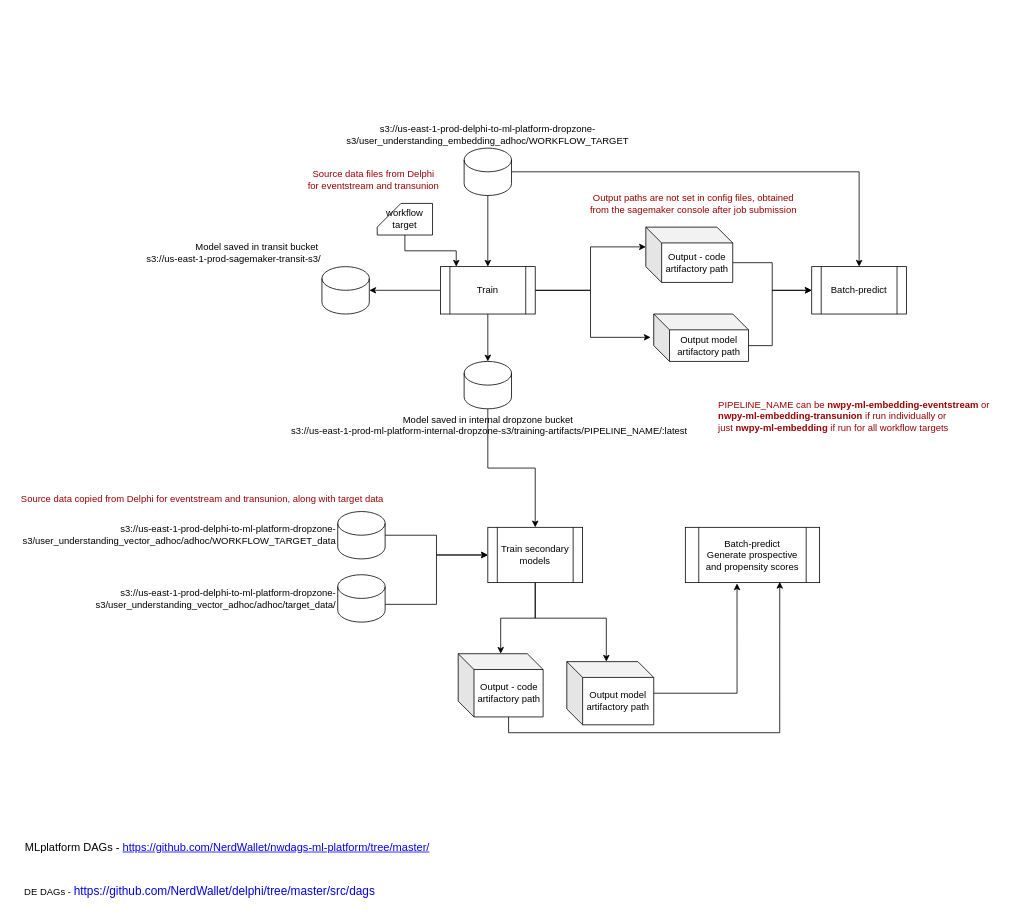
Above: adhoc_pipeline.drawio in sjster/draw.io (draw.io), before the change. Source tidied: cells renumbered, new cells numbered last; positions are measured from the earlier drawing's top-left corner, leaving out a move shared by most shapes. Both pictures are drawn from the tidied source at 79%, with x=0, y=0 at pixel (13, 148).
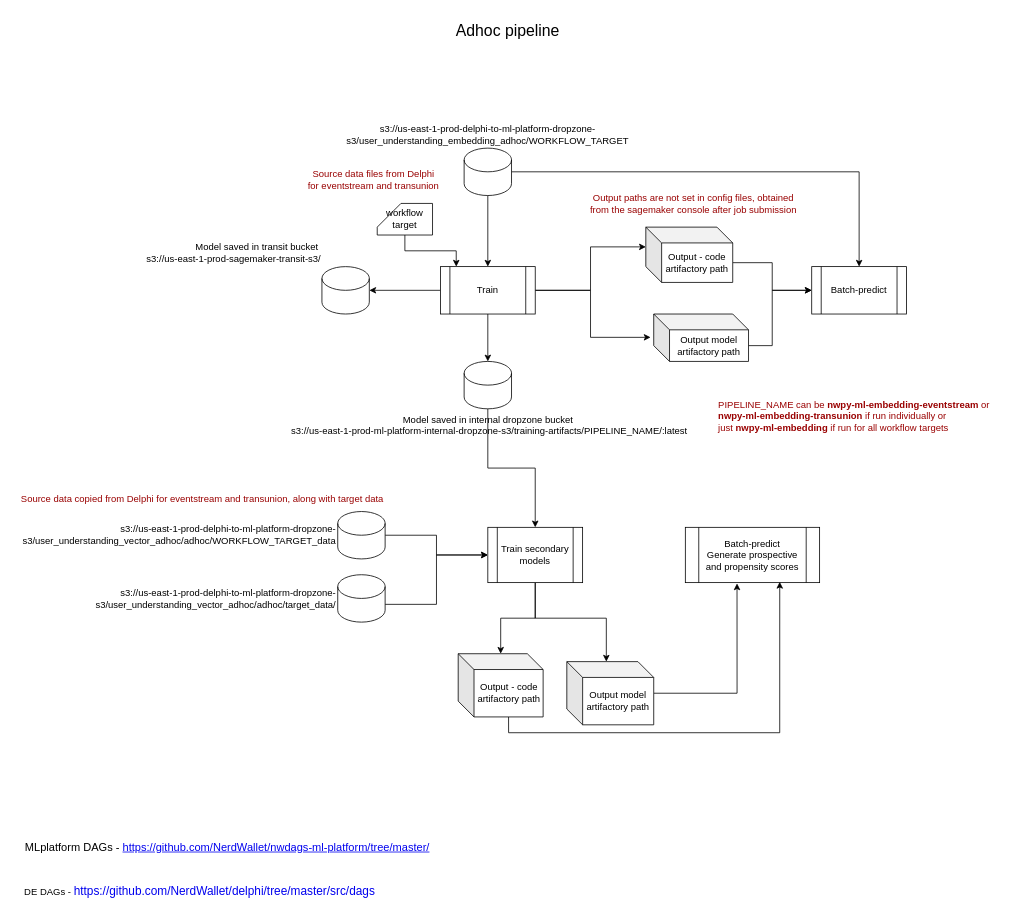
After the change.

The edit, as a diff of the source:
```diff
@@
+    <mxCell id="38" value="&lt;font style=&quot;font-size: 20px;&quot;&gt;Adhoc pipeline&lt;/font&gt;" style="text;html=1;align=center;verticalAlign=middle;strokeColor=none;fillColor=none;" parent="1" vertex="1">
+      <mxGeometry x="550" y="-170" width="150" height="40" as="geometry" />
+    </mxCell>
```
